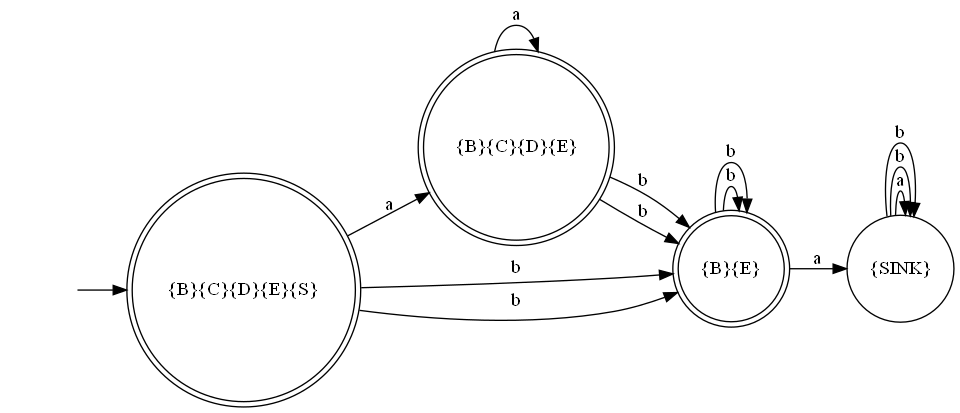
Earlier version of the Graphviz export Automate Picture/AutomataConvertedDFAPicture.dot.png (arjen0203/AutomataReader). Its source is kept beside it as Automate Picture/AutomataConvertedDFAPicture.dot.
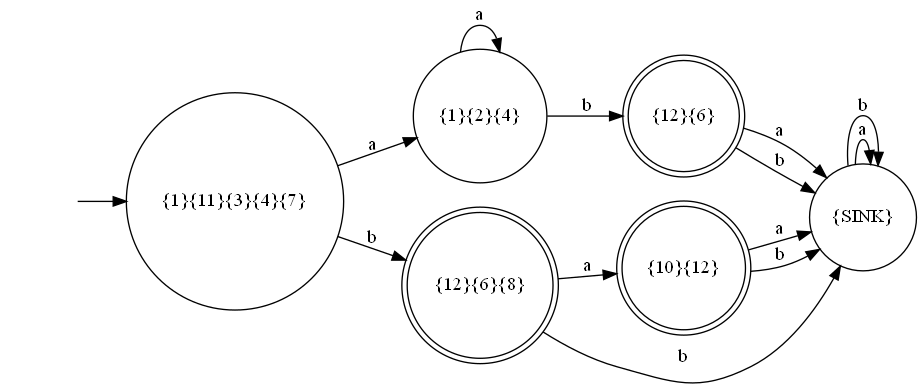
Later version of the same file.

What changed in the source:
```diff
@@ -1,22 +1,24 @@
 digraph myAutomatonDFA {
 rankdir=LR;
 "" [shape=none]
-"{B}{C}{D}{E}{S}" [shape=doublecircle]
-"{B}{C}{D}{E}" [shape=doublecircle]
-"{B}{E}" [shape=doublecircle]
+"{1}{11}{3}{4}{7}" [shape=circle]
+"{1}{2}{4}" [shape=circle]
+"{12}{6}{8}" [shape=doublecircle]
+"{12}{6}" [shape=doublecircle]
+"{10}{12}" [shape=doublecircle]
 "{SINK}" [shape=circle]
 
-"" -> "{B}{C}{D}{E}{S}"
-"{B}{C}{D}{E}{S}" -> "{B}{C}{D}{E}" [label="a"]
-"{B}{C}{D}{E}{S}" -> "{B}{E}" [label="b"]
-"{B}{C}{D}{E}{S}" -> "{B}{E}" [label="b"]
-"{B}{C}{D}{E}" -> "{B}{C}{D}{E}" [label="a"]
-"{B}{C}{D}{E}" -> "{B}{E}" [label="b"]
-"{B}{C}{D}{E}" -> "{B}{E}" [label="b"]
-"{B}{E}" -> "{SINK}" [label="a"]
-"{B}{E}" -> "{B}{E}" [label="b"]
-"{B}{E}" -> "{B}{E}" [label="b"]
+"" -> "{1}{11}{3}{4}{7}"
+"{1}{11}{3}{4}{7}" -> "{1}{2}{4}" [label="a"]
+"{1}{11}{3}{4}{7}" -> "{12}{6}{8}" [label="b"]
+"{1}{2}{4}" -> "{1}{2}{4}" [label="a"]
+"{1}{2}{4}" -> "{12}{6}" [label="b"]
+"{12}{6}{8}" -> "{10}{12}" [label="a"]
+"{12}{6}{8}" -> "{SINK}" [label="b"]
+"{12}{6}" -> "{SINK}" [label="a"]
+"{12}{6}" -> "{SINK}" [label="b"]
+"{10}{12}" -> "{SINK}" [label="a"]
+"{10}{12}" -> "{SINK}" [label="b"]
 "{SINK}" -> "{SINK}" [label="a"]
 "{SINK}" -> "{SINK}" [label="b"]
-"{SINK}" -> "{SINK}" [label="b"]
 }
```
